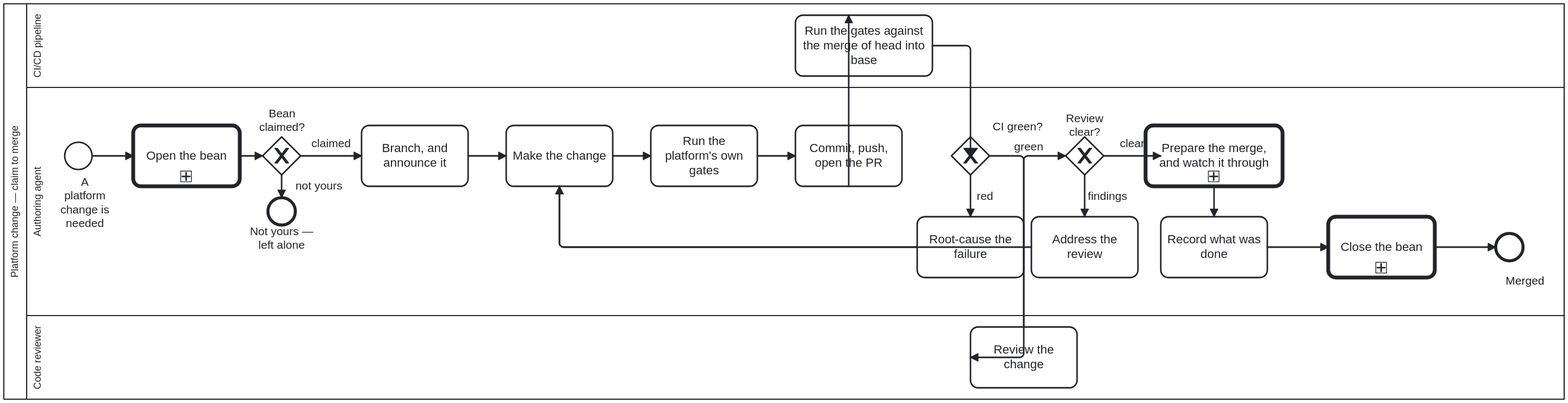
The BPMN diagram docs/assets/img/workflows/code-change-review.svg in litlfred/cat-harness, before a commit. Its source is kept beside it as processes/sdlc/code-change-review.bpmn. Ids are renumbered.
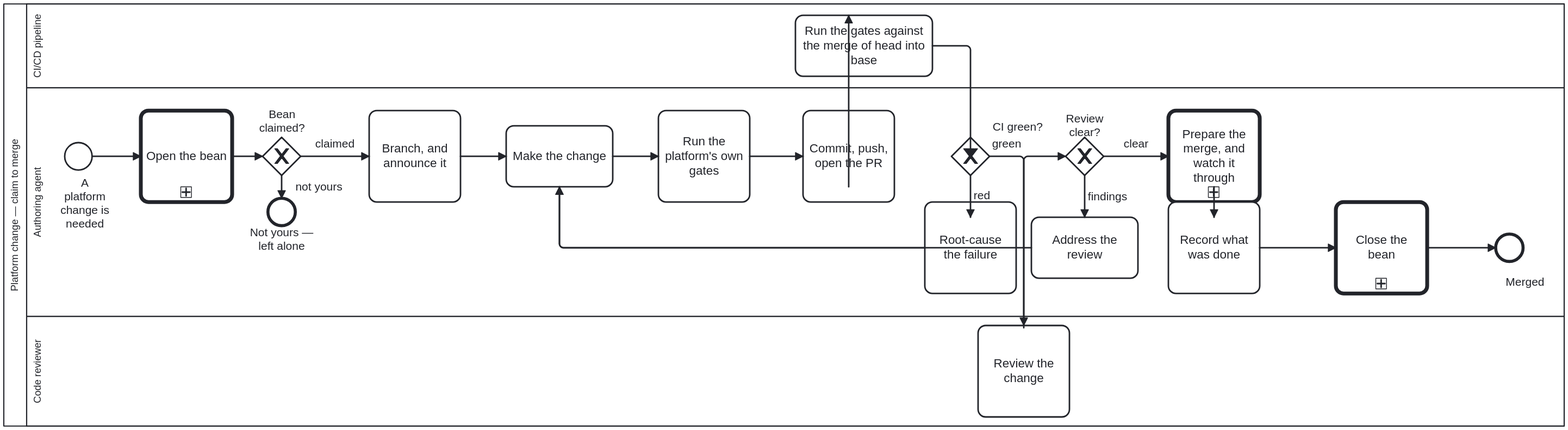
The same file after the commit.

The edit, as a diff of the source:
```diff
@@ -348,7 +348,7 @@
   <bpmndi:BPMNDiagram id="Diagram_CodeChangeReview">
     <bpmndi:BPMNPlane id="Plane_CodeChangeReview" bpmnElement="Collaboration_CodeChangeReview">
       <bpmndi:BPMNShape id="Shape_Participant_CodeChangeReview" bpmnElement="Participant_CodeChangeReview" isHorizontal="true">
-        <dc:Bounds x="160" y="80" width="2050" height="520" />
+        <dc:Bounds x="160" y="80" width="2050" height="554" />
       </bpmndi:BPMNShape>
       <bpmndi:BPMNShape id="Shape_Lane_Agent" bpmnElement="Lane_Agent" isHorizontal="true">
         <dc:Bounds x="190" y="190" width="2020" height="300" />
@@ -357,7 +357,7 @@
         <dc:Bounds x="190" y="80" width="2020" height="110" />
       </bpmndi:BPMNShape>
       <bpmndi:BPMNShape id="Shape_Lane_Reviewer" bpmnElement="Lane_Reviewer" isHorizontal="true">
-        <dc:Bounds x="190" y="490" width="2020" height="110" />
+        <dc:Bounds x="190" y="490" width="2020" height="144" />
       </bpmndi:BPMNShape>
 
       <bpmndi:BPMNShape id="Shape_Start_Change" bpmnElement="Start_Change">
@@ -365,26 +365,26 @@
         <dc:Bounds x="240" y="262" width="36" height="36" />
       <bpmndi:BPMNLabel><dc:Bounds x="226" y="306" width="80" height="27" /></bpmndi:BPMNLabel></bpmndi:BPMNShape>
       <bpmndi:BPMNShape id="Shape_Task_ClaimBean" bpmnElement="Task_ClaimBean">
-        <dc:Bounds x="330" y="240" width="140" height="80" />
+        <dc:Bounds x="340" y="220" width="120" height="120" />
       </bpmndi:BPMNShape>
       <bpmndi:BPMNShape id="Shape_Task_BranchAndAnnounce" bpmnElement="Task_BranchAndAnnounce">
-        <dc:Bounds x="630" y="240" width="140" height="80" />
+        <dc:Bounds x="640" y="220" width="120" height="120" />
       </bpmndi:BPMNShape>
       <bpmndi:BPMNShape id="Shape_Task_Implement" bpmnElement="Task_Implement">
         <dc:Bounds x="820" y="240" width="140" height="80" />
       </bpmndi:BPMNShape>
       <bpmndi:BPMNShape id="Shape_Task_RunGates" bpmnElement="Task_RunGates">
-        <dc:Bounds x="1010" y="240" width="140" height="80" />
+        <dc:Bounds x="1020" y="220" width="120" height="120" />
       </bpmndi:BPMNShape>
       <bpmndi:BPMNShape id="Shape_Task_CommitAndOpenPR" bpmnElement="Task_CommitAndOpenPR">
-        <dc:Bounds x="1200" y="240" width="140" height="80" />
+        <dc:Bounds x="1210" y="220" width="120" height="120" />
       </bpmndi:BPMNShape>
       <bpmndi:BPMNShape id="Shape_GW_CIGreen" bpmnElement="GW_CIGreen" isMarkerVisible="true">
 
         <dc:Bounds x="1405" y="255" width="50" height="50" />
       <bpmndi:BPMNLabel><dc:Bounds x="1459" y="233" width="65.88" height="18" /></bpmndi:BPMNLabel></bpmndi:BPMNShape>
       <bpmndi:BPMNShape id="Shape_Task_Diagnose" bpmnElement="Task_Diagnose">
-        <dc:Bounds x="1360" y="360" width="140" height="80" />
+        <dc:Bounds x="1370" y="340" width="120" height="120" />
       </bpmndi:BPMNShape>
       <bpmndi:BPMNShape id="Shape_GW_ReviewClear" bpmnElement="GW_ReviewClear" isMarkerVisible="true">
 
@@ -394,38 +394,45 @@
         <dc:Bounds x="1510" y="360" width="140" height="80" />
       </bpmndi:BPMNShape>
       <bpmndi:BPMNShape id="Shape_Task_PrepareMerge" bpmnElement="Task_PrepareMerge">
-        <dc:Bounds x="1660" y="240" width="180" height="80" />
+        <dc:Bounds x="1690" y="220" width="120" height="120" />
       </bpmndi:BPMNShape>
       <bpmndi:BPMNShape id="Shape_Task_CloseBean" bpmnElement="Task_CloseBean">
-        <dc:Bounds x="1680" y="360" width="140" height="80" />
+        <dc:Bounds x="1690" y="340" width="120" height="120" />
       </bpmndi:BPMNShape>
       <bpmndi:BPMNShape id="Shape_End_Merged" bpmnElement="End_Merged">
 
         <dc:Bounds x="2120" y="382" width="36" height="36" />
       <bpmndi:BPMNLabel><dc:Bounds x="2134" y="436" width="48" height="14" /></bpmndi:BPMNLabel></bpmndi:BPMNShape>
       <bpmndi:BPMNShape id="Shape_Task_ArchiveBean" bpmnElement="Task_ArchiveBean">
-        <dc:Bounds x="1900" y="360" width="140" height="80" />
+        <dc:Bounds x="1910" y="340" width="120" height="120" />
       </bpmndi:BPMNShape>
 
       <bpmndi:BPMNShape id="Shape_Task_RunCI" bpmnElement="Task_RunCI">
         <dc:Bounds x="1200" y="95" width="180" height="80" />
       </bpmndi:BPMNShape>
       <bpmndi:BPMNShape id="Shape_Task_Review" bpmnElement="Task_Review">
-        <dc:Bounds x="1430" y="505" width="140" height="80" />
+        <dc:Bounds x="1440" y="502" width="120" height="120" />
       </bpmndi:BPMNShape>
 
       <bpmndi:BPMNEdge id="Edge_f1" bpmnElement="f1">
-        <di:waypoint x="276" y="280" /><di:waypoint x="330" y="280" />
+        <di:waypoint x="276" y="280" />
+        <di:waypoint x="340" y="280" />
       </bpmndi:BPMNEdge>
-      <bpmndi:BPMNEdge id="Edge_f2" bpmnElement="f2"><di:waypoint x="550" y="280"/><di:waypoint x="630" y="280"/></bpmndi:BPMNEdge>
+      <bpmndi:BPMNEdge id="Edge_f2" bpmnElement="f2">
+        <di:waypoint x="550" y="280" />
+        <di:waypoint x="640" y="280" />
+      </bpmndi:BPMNEdge>
       <bpmndi:BPMNEdge id="Edge_f3" bpmnElement="f3">
-        <di:waypoint x="770" y="280" /><di:waypoint x="820" y="280" />
+        <di:waypoint x="760" y="280" />
+        <di:waypoint x="820" y="280" />
       </bpmndi:BPMNEdge>
       <bpmndi:BPMNEdge id="Edge_f4" bpmnElement="f4">
-        <di:waypoint x="960" y="280" /><di:waypoint x="1010" y="280" />
+        <di:waypoint x="960" y="280" />
+        <di:waypoint x="1020" y="280" />
       </bpmndi:BPMNEdge>
       <bpmndi:BPMNEdge id="Edge_f5" bpmnElement="f5">
-        <di:waypoint x="1150" y="280" /><di:waypoint x="1200" y="280" />
+        <di:waypoint x="1140" y="280" />
+        <di:waypoint x="1210" y="280" />
       </bpmndi:BPMNEdge>
       <bpmndi:BPMNEdge id="Edge_f6" bpmnElement="f6">
         <di:waypoint x="1270" y="320" />
@@ -439,16 +446,16 @@
       <bpmndi:BPMNEdge id="Edge_f8" bpmnElement="f8">
         <di:waypoint x="1455" y="280" />
         <di:waypoint x="1500" y="280" />
-        <di:waypoint x="1500" y="545" />
-        <di:waypoint x="1430" y="545" />
-        <bpmndi:BPMNLabel><dc:Bounds x="1461" y="259" width="90" height="18" /></bpmndi:BPMNLabel>
+        <di:waypoint x="1500" y="502" />
       </bpmndi:BPMNEdge>
       <bpmndi:BPMNEdge id="Edge_f9" bpmnElement="f9">
-        <bpmndi:BPMNLabel><dc:Bounds x="1434" y="324" width="30" height="17" /></bpmndi:BPMNLabel>
-        <di:waypoint x="1430" y="305" /><di:waypoint x="1430" y="360" />
+        <di:waypoint x="1430" y="305" />
+        <di:waypoint x="1430" y="360" />
       </bpmndi:BPMNEdge>
       <bpmndi:BPMNEdge id="Edge_f11" bpmnElement="f11">
-        <di:waypoint x="1360" y="400" /><di:waypoint x="890" y="400" /><di:waypoint x="890" y="320" />
+        <di:waypoint x="1370" y="400" />
+        <di:waypoint x="890" y="400" />
+        <di:waypoint x="890" y="320" />
       </bpmndi:BPMNEdge>
       <bpmndi:BPMNEdge id="Edge_f12" bpmnElement="f12">
         <di:waypoint x="1500" y="505" />
@@ -464,25 +471,28 @@
       </bpmndi:BPMNEdge>
       <bpmndi:BPMNEdge id="Edge_f15" bpmnElement="f15">
         <di:waypoint x="1605" y="280" />
-        <di:waypoint x="1680" y="280" />
+        <di:waypoint x="1690" y="280" />
       </bpmndi:BPMNEdge>
       <bpmndi:BPMNEdge id="Edge_f16" bpmnElement="f16">
         <di:waypoint x="1750" y="320" />
         <di:waypoint x="1750" y="360" />
       </bpmndi:BPMNEdge>
       <bpmndi:BPMNEdge id="Edge_f17" bpmnElement="f17">
-        <di:waypoint x="1820" y="400" />
-        <di:waypoint x="1900" y="400" />
+        <di:waypoint x="1810" y="400" />
+        <di:waypoint x="1910" y="400" />
       </bpmndi:BPMNEdge>
       <bpmndi:BPMNEdge id="Edge_f18" bpmnElement="f18">
-        <di:waypoint x="2040" y="400" />
+        <di:waypoint x="2030" y="400" />
         <di:waypoint x="2120" y="400" />
       </bpmndi:BPMNEdge>
       <bpmndi:BPMNShape id="GW_BeanYours_di" bpmnElement="GW_BeanYours" isMarkerVisible="true"><dc:Bounds x="500" y="255" width="50" height="50" />
 
       <bpmndi:BPMNLabel><dc:Bounds x="480" y="216" width="90" height="35" /></bpmndi:BPMNLabel></bpmndi:BPMNShape>
       <bpmndi:BPMNShape id="End_BeanNotYours_di" bpmnElement="End_BeanNotYours"><dc:Bounds x="507" y="335" width="36" height="36" /></bpmndi:BPMNShape>
-      <bpmndi:BPMNEdge id="SF_Bean_1_di" bpmnElement="SF_Bean_1"><di:waypoint x="470" y="280"/><di:waypoint x="500" y="280"/></bpmndi:BPMNEdge>
+      <bpmndi:BPMNEdge id="SF_Bean_1_di" bpmnElement="SF_Bean_1">
+        <di:waypoint x="460" y="280" />
+        <di:waypoint x="500" y="280" />
+      </bpmndi:BPMNEdge>
       <bpmndi:BPMNEdge id="SF_Bean_2_di" bpmnElement="SF_Bean_2"><di:waypoint x="525" y="305"/><di:waypoint x="525" y="335"/>
         <bpmndi:BPMNLabel><dc:Bounds x="529" y="311" width="90" height="18" /></bpmndi:BPMNLabel>
       </bpmndi:BPMNEdge>
```
